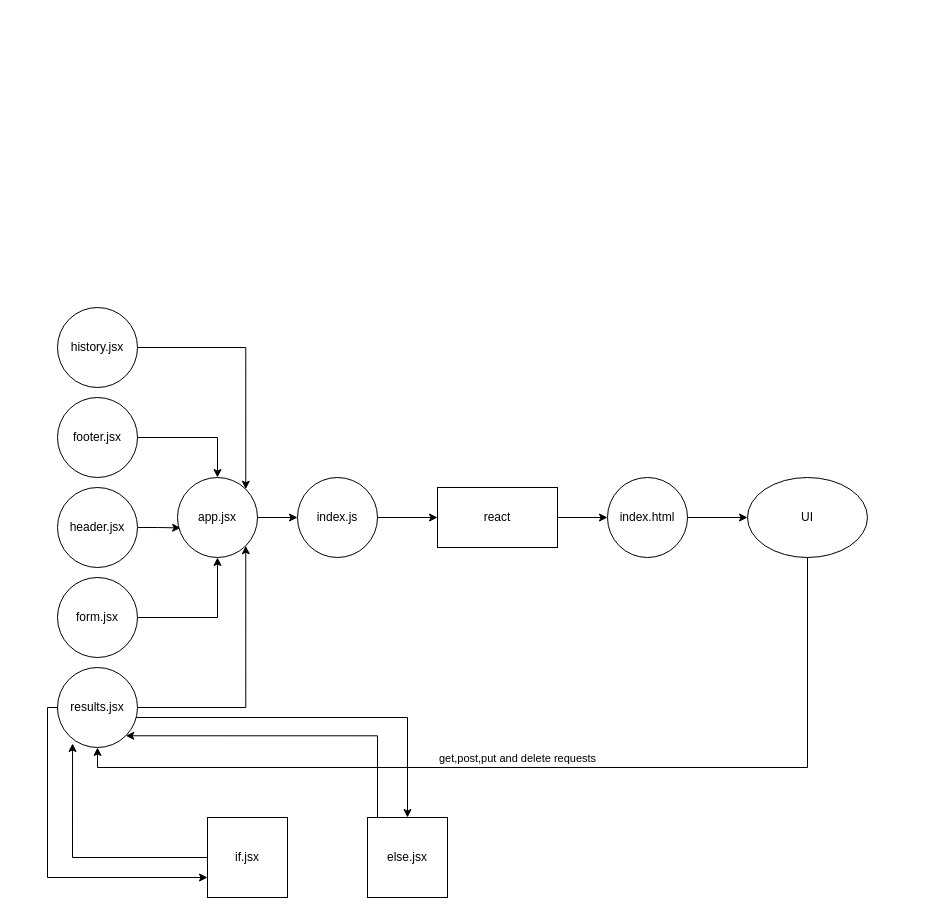
This is Untitled Diagram.drawio from emranaloul/resty, a draw.io file, before an edit. Source tidied: cells renumbered, new cells numbered last; positions are measured from the earlier drawing's top-left corner, leaving out a move shared by most shapes. Both pictures are drawn from the tidied source at 100%, with x=0, y=0 at pixel (47, 307).
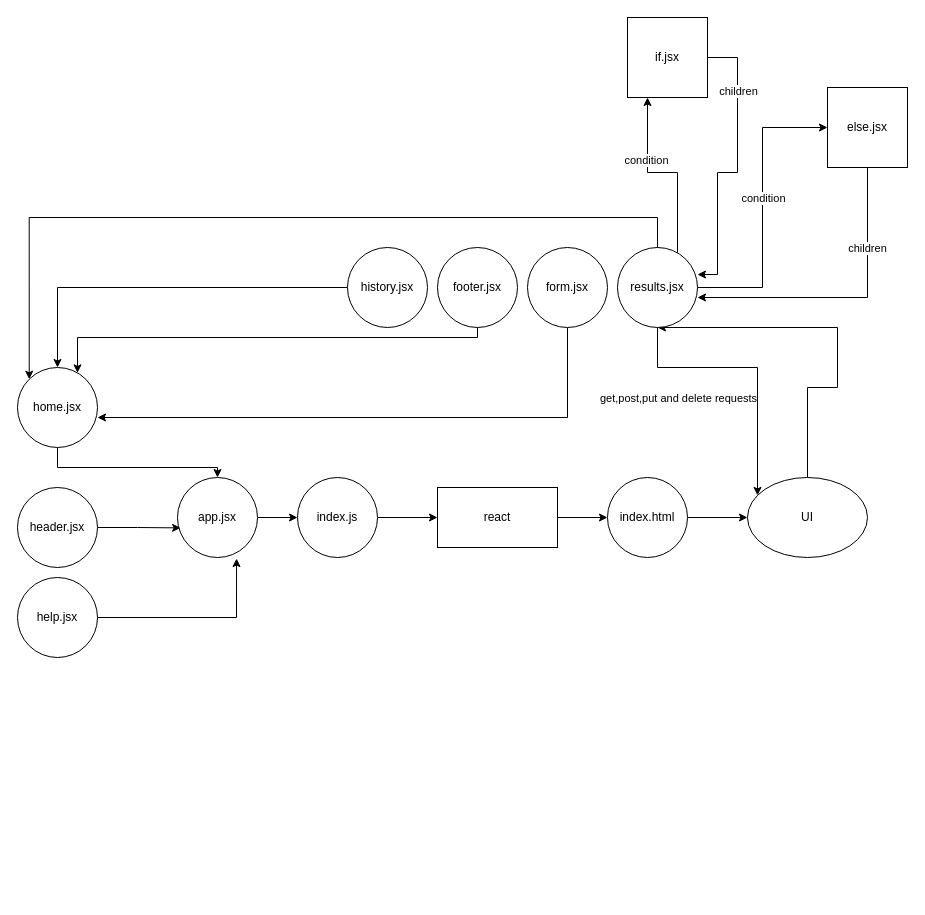
Above is the later version.

Unchanged cells that the change refers to:
```xml
<mxCell id="6" value="UI" style="ellipse;whiteSpace=wrap;html=1;" parent="1" vertex="1">
  <mxGeometry x="700" y="170" width="120" height="80" as="geometry" />
</mxCell>
<mxCell id="18" value="app.jsx" style="ellipse;whiteSpace=wrap;html=1;" parent="1" vertex="1">
  <mxGeometry x="130" y="170" width="80" height="80" as="geometry" />
</mxCell>
```

Change to the diagram source:
```diff
@@
     <mxCell id="4" style="edgeStyle=orthogonalEdgeStyle;rounded=0;jettySize=auto;html=1;entryX=0.5;entryY=1;entryDx=0;entryDy=0;" parent="1" edge="1" source="6" target="22">
       <mxGeometry relative="1" as="geometry">
         <Array as="points">
-          <mxPoint x="760" y="460" />
-          <mxPoint x="50" y="460" />
+          <mxPoint x="760" y="80" />
+          <mxPoint x="790" y="80" />
+          <mxPoint x="790" y="20" />
         </Array>
       </mxGeometry>
     </mxCell>
     <mxCell id="5" value="get,post,put and delete requests" style="edgeLabel;html=1;align=center;verticalAlign=middle;" parent="4" vertex="1">
       <mxGeometry x="0.14" y="2" relative="1" as="geometry">
-        <mxPoint x="35" y="-12" as="offset" />
+        <mxPoint x="-135" y="68" as="offset" />
       </mxGeometry>
     </mxCell>
@@
-    <mxCell id="7" style="edgeStyle=orthogonalEdgeStyle;rounded=0;jettySize=auto;html=1;entryX=0.5;entryY=0;entryDx=0;entryDy=0;" parent="1" edge="1" source="8" target="18">
-      <mxGeometry relative="1" as="geometry" />
-    </mxCell>
+    <mxCell id="29" style="edgeStyle=orthogonalEdgeStyle;rounded=0;jettySize=auto;html=1;" parent="1" edge="1" source="8" target="39">
+      <mxGeometry relative="1" as="geometry">
+        <Array as="points">
+          <mxPoint x="430" y="30" />
+          <mxPoint x="30" y="30" />
+        </Array>
+      </mxGeometry>
+    </mxCell>
     <mxCell id="8" value="footer.jsx" style="ellipse;whiteSpace=wrap;html=1;" parent="1" vertex="1">
-      <mxGeometry x="10" y="90" width="80" height="80" as="geometry" />
+      <mxGeometry x="390" y="-60" width="80" height="80" as="geometry" />
     </mxCell>
@@
     <mxCell id="10" value="header.jsx" style="ellipse;whiteSpace=wrap;html=1;" parent="1" vertex="1">
-      <mxGeometry x="10" y="180" width="80" height="80" as="geometry" />
+      <mxGeometry x="-30" y="180" width="80" height="80" as="geometry" />
     </mxCell>
-    <mxCell id="11" style="edgeStyle=orthogonalEdgeStyle;rounded=0;jettySize=auto;html=1;entryX=0.5;entryY=1;entryDx=0;entryDy=0;" parent="1" edge="1" source="12" target="18">
-      <mxGeometry relative="1" as="geometry" />
-    </mxCell>
+    <mxCell id="30" style="edgeStyle=orthogonalEdgeStyle;rounded=0;jettySize=auto;html=1;entryX=1;entryY=0.625;entryDx=0;entryDy=0;entryPerimeter=0;" parent="1" edge="1" source="12" target="39">
+      <mxGeometry relative="1" as="geometry">
+        <Array as="points">
+          <mxPoint x="520" y="110" />
+        </Array>
+      </mxGeometry>
+    </mxCell>
     <mxCell id="12" value="form.jsx" style="ellipse;whiteSpace=wrap;html=1;" parent="1" vertex="1">
-      <mxGeometry x="10" y="270" width="80" height="80" as="geometry" />
+      <mxGeometry x="480" y="-60" width="80" height="80" as="geometry" />
     </mxCell>
@@
-    <mxCell id="19" style="edgeStyle=orthogonalEdgeStyle;rounded=0;jettySize=auto;html=1;entryX=1;entryY=1;entryDx=0;entryDy=0;" parent="1" edge="1" source="22" target="18">
-      <mxGeometry relative="1" as="geometry" />
-    </mxCell>
+    <mxCell id="31" style="edgeStyle=orthogonalEdgeStyle;rounded=0;jettySize=auto;html=1;entryX=0;entryY=0;entryDx=0;entryDy=0;" parent="1" edge="1" source="22" target="39">
+      <mxGeometry relative="1" as="geometry">
+        <Array as="points">
+          <mxPoint x="610" y="-90" />
+          <mxPoint x="-18" y="-90" />
+        </Array>
+      </mxGeometry>
+    </mxCell>
+    <mxCell id="21" style="edgeStyle=orthogonalEdgeStyle;rounded=0;jettySize=auto;html=1;entryX=0;entryY=0.5;entryDx=0;entryDy=0;" parent="1" edge="1" source="22" target="26">
+      <mxGeometry relative="1" as="geometry">
+        <Array as="points">
+          <mxPoint x="715" y="-20" />
+          <mxPoint x="715" y="-180" />
+        </Array>
+      </mxGeometry>
+    </mxCell>
+    <mxCell id="32" value="condition" style="edgeLabel;html=1;align=center;verticalAlign=middle;" parent="21" vertex="1">
+      <mxGeometry x="0.07" relative="1" as="geometry" />
+    </mxCell>
-    <mxCell id="20" style="edgeStyle=orthogonalEdgeStyle;rounded=0;jettySize=auto;html=1;entryX=0;entryY=0.75;entryDx=0;entryDy=0;" parent="1" edge="1" source="22" target="28">
+    <mxCell id="20" style="edgeStyle=orthogonalEdgeStyle;rounded=0;jettySize=auto;html=1;entryX=0.25;entryY=1;entryDx=0;entryDy=0;" parent="1" edge="1" source="22" target="28">
       <mxGeometry relative="1" as="geometry">
         <Array as="points">
-          <mxPoint y="400" />
-          <mxPoint y="570" />
+          <mxPoint x="630" y="-135" />
+          <mxPoint x="600" y="-135" />
         </Array>
       </mxGeometry>
     </mxCell>
-    <mxCell id="21" style="edgeStyle=orthogonalEdgeStyle;rounded=0;jettySize=auto;html=1;" parent="1" edge="1" source="22" target="26">
-      <mxGeometry relative="1" as="geometry">
-        <Array as="points">
-          <mxPoint x="360" y="410" />
-        </Array>
-      </mxGeometry>
-    </mxCell>
+    <mxCell id="33" value="condition" style="edgeLabel;html=1;align=center;verticalAlign=middle;" parent="20" vertex="1">
+      <mxGeometry x="0.33" y="2" relative="1" as="geometry" />
+    </mxCell>
+    <mxCell id="34" style="edgeStyle=orthogonalEdgeStyle;rounded=0;jettySize=auto;html=1;" parent="1" edge="1" source="22" target="6">
+      <mxGeometry relative="1" as="geometry">
+        <Array as="points">
+          <mxPoint x="610" y="60" />
+          <mxPoint x="710" y="60" />
+        </Array>
+      </mxGeometry>
+    </mxCell>
     <mxCell id="22" value="results.jsx" style="ellipse;whiteSpace=wrap;html=1;" parent="1" vertex="1">
-      <mxGeometry x="10" y="360" width="80" height="80" as="geometry" />
+      <mxGeometry x="570" y="-60" width="80" height="80" as="geometry" />
     </mxCell>
-    <mxCell id="23" style="edgeStyle=orthogonalEdgeStyle;rounded=0;jettySize=auto;html=1;entryX=1;entryY=0;entryDx=0;entryDy=0;" parent="1" edge="1" source="24" target="18">
-      <mxGeometry relative="1" as="geometry" />
-    </mxCell>
-    <mxCell id="24" value="history.jsx" style="ellipse;whiteSpace=wrap;html=1;" parent="1" vertex="1">
-      <mxGeometry x="10" width="80" height="80" as="geometry" />
-    </mxCell>
-    <mxCell id="25" style="edgeStyle=orthogonalEdgeStyle;rounded=0;jettySize=auto;html=1;exitX=0;exitY=0.5;exitDx=0;exitDy=0;entryX=1;entryY=1;entryDx=0;entryDy=0;" parent="1" edge="1" source="26" target="22">
+    <mxCell id="25" style="edgeStyle=orthogonalEdgeStyle;rounded=0;jettySize=auto;html=1;entryX=1;entryY=0.625;entryDx=0;entryDy=0;entryPerimeter=0;" parent="1" edge="1" source="26" target="22">
       <mxGeometry relative="1" as="geometry">
         <Array as="points">
-          <mxPoint x="330" y="550" />
-          <mxPoint x="330" y="428" />
+          <mxPoint x="820" y="-10" />
         </Array>
       </mxGeometry>
     </mxCell>
+    <mxCell id="35" value="children" style="edgeLabel;html=1;align=center;verticalAlign=middle;" parent="25" vertex="1">
+      <mxGeometry x="-0.47" y="-1" relative="1" as="geometry" />
+    </mxCell>
     <mxCell id="26" value="else.jsx" style="whiteSpace=wrap;html=1;" parent="1" vertex="1">
-      <mxGeometry x="320" y="510" width="80" height="80" as="geometry" />
+      <mxGeometry x="780" y="-220" width="80" height="80" as="geometry" />
     </mxCell>
-    <mxCell id="27" style="edgeStyle=orthogonalEdgeStyle;rounded=0;jettySize=auto;html=1;entryX=0.188;entryY=0.95;entryDx=0;entryDy=0;entryPerimeter=0;" parent="1" edge="1" source="28" target="22">
-      <mxGeometry relative="1" as="geometry" />
+    <mxCell id="27" style="edgeStyle=orthogonalEdgeStyle;rounded=0;jettySize=auto;html=1;entryX=1;entryY=0.338;entryDx=0;entryDy=0;entryPerimeter=0;" parent="1" edge="1" source="28" target="22">
+      <mxGeometry relative="1" as="geometry">
+        <Array as="points">
+          <mxPoint x="690" y="-250" />
+          <mxPoint x="690" y="-135" />
+          <mxPoint x="670" y="-135" />
+          <mxPoint x="670" y="-33" />
+        </Array>
+      </mxGeometry>
     </mxCell>
+    <mxCell id="36" value="children" style="edgeLabel;html=1;align=center;verticalAlign=middle;" parent="27" vertex="1">
+      <mxGeometry x="-0.56" relative="1" as="geometry" />
+    </mxCell>
     <mxCell id="28" value="if.jsx" style="whiteSpace=wrap;html=1;" parent="1" vertex="1">
-      <mxGeometry x="160" y="510" width="80" height="80" as="geometry" />
+      <mxGeometry x="580" y="-290" width="80" height="80" as="geometry" />
     </mxCell>
+    <mxCell id="37" style="edgeStyle=orthogonalEdgeStyle;rounded=0;jettySize=auto;html=1;" parent="1" edge="1" source="24" target="39">
+      <mxGeometry relative="1" as="geometry" />
+    </mxCell>
+    <mxCell id="24" value="history.jsx" style="ellipse;whiteSpace=wrap;html=1;" parent="1" vertex="1">
+      <mxGeometry x="300" y="-60" width="80" height="80" as="geometry" />
+    </mxCell>
+    <mxCell id="38" style="edgeStyle=orthogonalEdgeStyle;rounded=0;jettySize=auto;html=1;" parent="1" edge="1" source="39" target="18">
+      <mxGeometry relative="1" as="geometry">
+        <Array as="points">
+          <mxPoint x="10" y="160" />
+          <mxPoint x="170" y="160" />
+        </Array>
+      </mxGeometry>
+    </mxCell>
+    <mxCell id="39" value="home.jsx" style="ellipse;whiteSpace=wrap;html=1;" parent="1" vertex="1">
+      <mxGeometry x="-30" y="60" width="80" height="80" as="geometry" />
+    </mxCell>
+    <mxCell id="40" style="edgeStyle=orthogonalEdgeStyle;rounded=0;jettySize=auto;html=1;entryX=0.738;entryY=1.013;entryDx=0;entryDy=0;entryPerimeter=0;" parent="1" edge="1" source="41" target="18">
+      <mxGeometry relative="1" as="geometry" />
+    </mxCell>
+    <mxCell id="41" value="help.jsx" style="ellipse;whiteSpace=wrap;html=1;" parent="1" vertex="1">
+      <mxGeometry x="-30" y="270" width="80" height="80" as="geometry" />
+    </mxCell>
```
